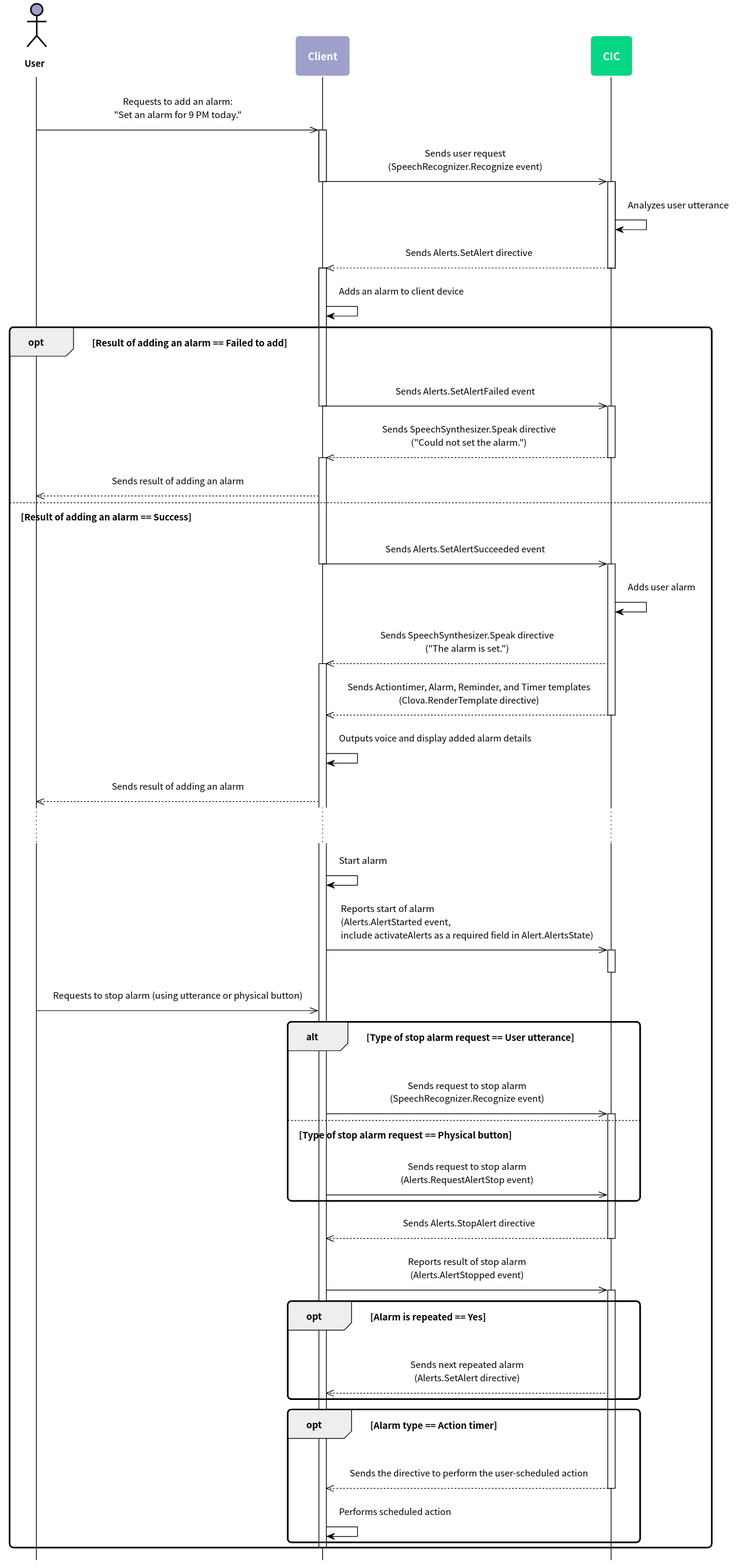
This is en-KR/Develop/Assets/Images/CIC_Alerts_Work_Flow.svg from muchokwon/clova-client-developer-guide, a PlantUML export, as it was before one commit.
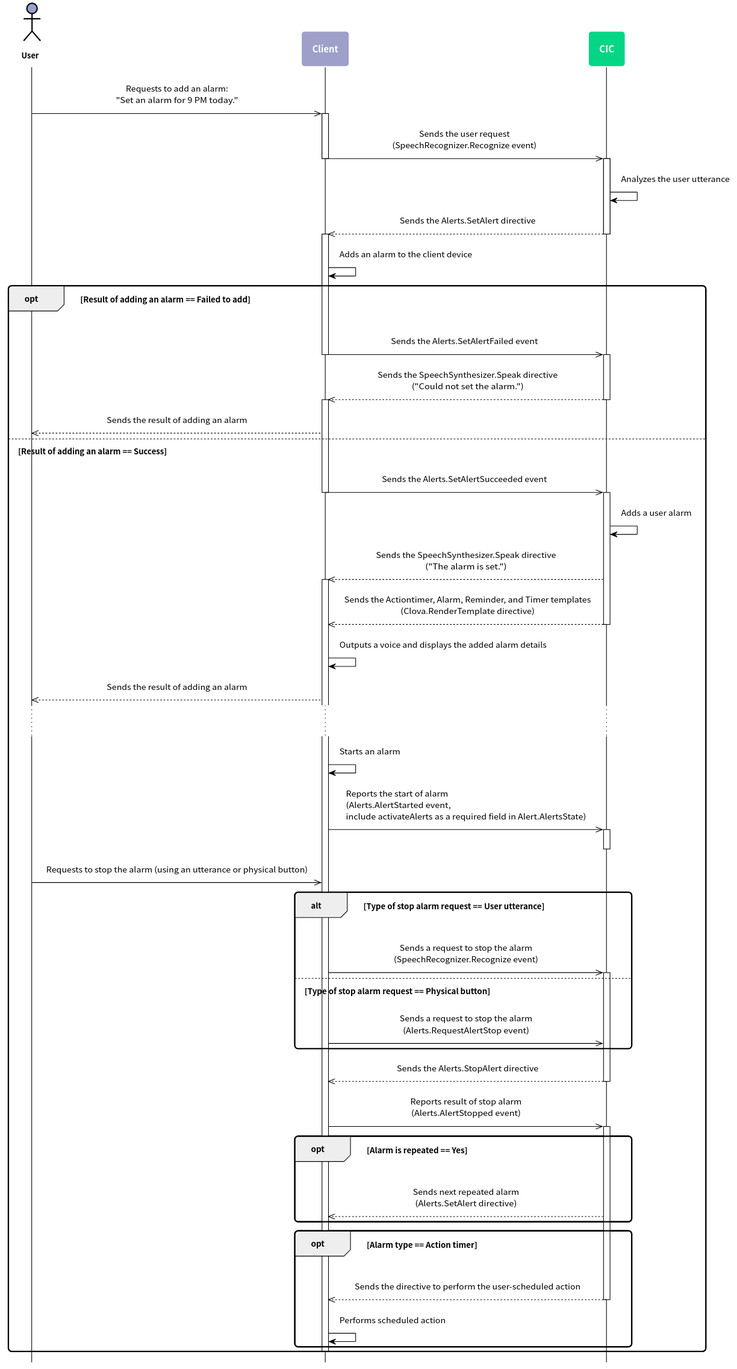
Later version of the same file.

Change to the diagram source:
```diff
@@ -56,72 +56,72 @@
 user ->> client : Requests to add an alarm:\n"Set an alarm for 9 PM today."
 
 activate client
-  client ->> cic : Sends user request\n(SpeechRecognizer.Recognize event)
+  client ->> cic : Sends the user request\n(SpeechRecognizer.Recognize event)
 deactivate client
 
 activate cic
-  cic -> cic : Analyzes user utterance
-  cic -->> client : Sends Alerts.SetAlert directive
+  cic -> cic : Analyzes the user utterance
+  cic -->> client : Sends the Alerts.SetAlert directive
 deactivate cic
 
 activate client
-  client -> client : Adds an alarm to client device
+  client -> client : Adds an alarm to the client device
 
 opt Result of adding an alarm == Failed to add
 
-  client ->> cic : Sends Alerts.SetAlertFailed event
+  client ->> cic : Sends the Alerts.SetAlertFailed event
   deactivate client
   activate cic
 
-    cic -->> client : Sends SpeechSynthesizer.Speak directive\n("Could not set the alarm.")
+    cic -->> client : Sends the SpeechSynthesizer.Speak directive\n("Could not set the alarm.")
 
   deactivate cic
 
   activate client
-    client -->> user : Sends result of adding an alarm
+    client -->> user : Sends the result of adding an alarm
 
 else Result of adding an alarm == Success
 
-  client ->> cic : Sends Alerts.SetAlertSucceeded event
+  client ->> cic : Sends the Alerts.SetAlertSucceeded event
 
 deactivate client
 
 activate cic
 
-  cic -> cic : Adds user alarm
-  cic -->> client : Sends SpeechSynthesizer.Speak directive\n("The alarm is set.")
+  cic -> cic : Adds a user alarm
+  cic -->> client : Sends the SpeechSynthesizer.Speak directive\n("The alarm is set.")
 
 activate client
-  cic -->> client : Sends Actiontimer, Alarm, Reminder, and Timer templates\n(Clova.RenderTemplate directive)
+  cic -->> client : Sends the Actiontimer, Alarm, Reminder, and Timer templates\n(Clova.RenderTemplate directive)
 deactivate cic
 
-  client -> client : Outputs voice and display added alarm details
-  client -->> user : Sends result of adding an alarm
+  client -> client : Outputs a voice and displays the added alarm details
+  client -->> user : Sends the result of adding an alarm
 
 
 ...
 
-  client -> client : Start alarm
-  client ->> cic : Reports start of alarm\n(Alerts.AlertStarted event,\linclude activateAlerts as a required field in Alert.AlertsState)
+  client -> client : Starts an alarm
+  client ->> cic : Reports the start of alarm\n(Alerts.AlertStarted event,\linclude activateAlerts as a required field in Alert.AlertsState)
 
   activate cic
   deactivate cic
 
-  user ->> client : Requests to stop alarm (using utterance or physical button)
+  user ->> client : Requests to stop the alarm (using an utterance or physical button)
 
   alt Type of stop alarm request == User utterance
 
-    client ->> cic : Sends request to stop alarm\n(SpeechRecognizer.Recognize event)
+    client ->> cic : Sends a request to stop the alarm\n(SpeechRecognizer.Recognize event)
 
   activate cic
 
   else Type of stop alarm request == Physical button
 
-    client ->> cic : Sends request to stop alarm\n(Alerts.RequestAlertStop event)
+    client ->> cic : Sends a request to stop the alarm\n(Alerts.RequestAlertStop event)
 
   end
 
-  cic -->> client : Sends Alerts.StopAlert directive
+  cic -->> client : Sends the Alerts.StopAlert directive
 
   deactivate cic
 
```
